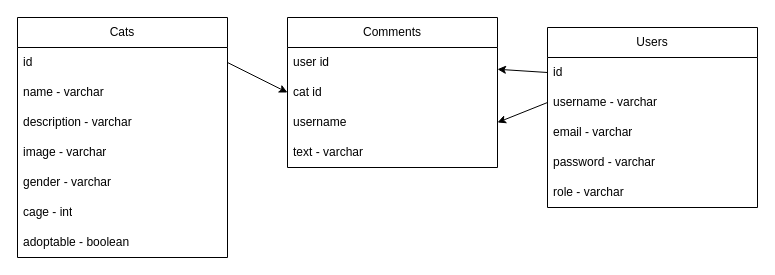
Above: data.drawio in zyteo/TheShelterPeople (draw.io), before the change. Source tidied: cells renumbered, new cells numbered last; positions are measured from the earlier drawing's top-left corner, leaving out a move shared by most shapes. Both pictures are drawn from the tidied source at 100%, with x=0, y=0 at pixel (17, 17).
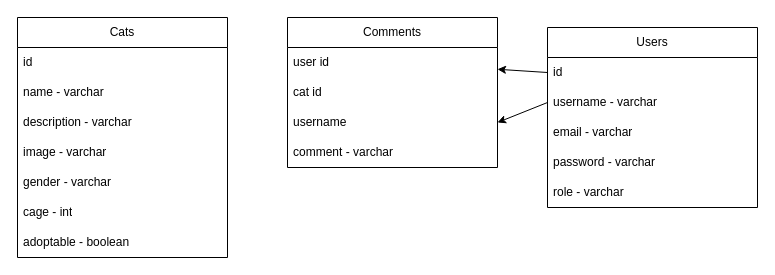
Above is the later version.

The change refers to these unchanged cells:
```xml
<mxCell id="3" value="id" style="text;strokeColor=none;fillColor=none;align=left;verticalAlign=middle;spacingLeft=4;spacingRight=4;overflow=hidden;points=[[0,0.5],[1,0.5]];portConstraint=eastwest;whiteSpace=wrap;html=1;" parent="2" vertex="1">
  <mxGeometry y="30" width="210" height="30" as="geometry" />
</mxCell>
<mxCell id="16" value="Comments" style="swimlane;fontStyle=0;horizontal=1;startSize=30;whiteSpace=wrap;html=1;" parent="1" vertex="1">
  <mxGeometry x="270" width="210" height="150" as="geometry" />
</mxCell>
<mxCell id="18" value="cat id" style="text;strokeColor=none;fillColor=none;align=left;verticalAlign=middle;spacingLeft=4;spacingRight=4;overflow=hidden;points=[[0,0.5],[1,0.5]];portConstraint=eastwest;whiteSpace=wrap;html=1;" parent="16" vertex="1">
  <mxGeometry y="60" width="210" height="30" as="geometry" />
</mxCell>
```

What changed in the source:
```diff
@@
-    <mxCell id="20" value="text - varchar" style="text;strokeColor=none;fillColor=none;align=left;verticalAlign=middle;spacingLeft=4;spacingRight=4;overflow=hidden;whiteSpace=wrap;html=1;" parent="16" vertex="1">
+    <mxCell id="20" value="comment - varchar" style="text;strokeColor=none;fillColor=none;align=left;verticalAlign=middle;spacingLeft=4;spacingRight=4;overflow=hidden;whiteSpace=wrap;html=1;" parent="16" vertex="1">
       <mxGeometry y="120" width="210" height="30" as="geometry" />
     </mxCell>
@@
-    <mxCell id="23" style="edgeStyle=none;html=1;exitX=1;exitY=0.5;exitDx=0;exitDy=0;entryX=0;entryY=0.5;entryDx=0;entryDy=0;" parent="1" edge="1" source="3" target="18">
-      <mxGeometry relative="1" as="geometry" />
-    </mxCell>
```
